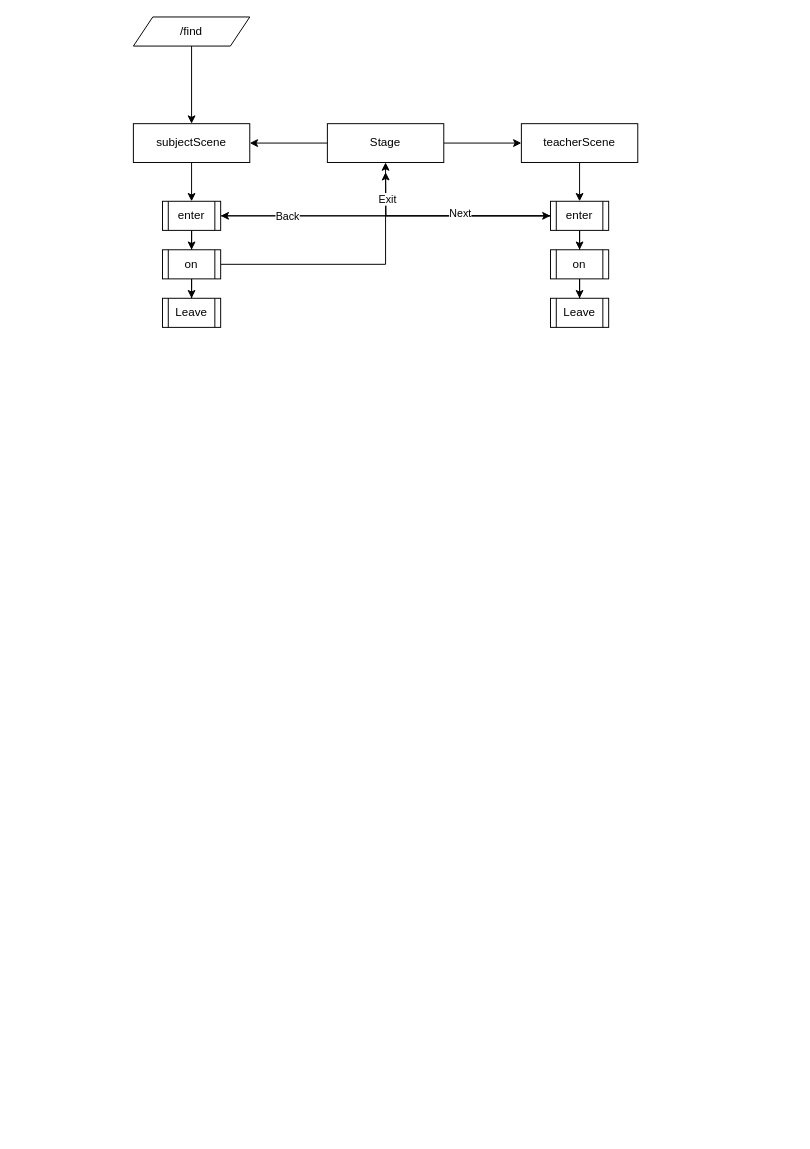
Before: bot/junk/flow.drawio in BrayanMBeltre/telegran-gdrive-bot, a draw.io diagram. Source tidied: cells renumbered, new cells numbered last; positions are measured from the earlier drawing's top-left corner, leaving out a move shared by most shapes. Both pictures are drawn from the tidied source at 97%, with x=0, y=0 at pixel (133, 16).
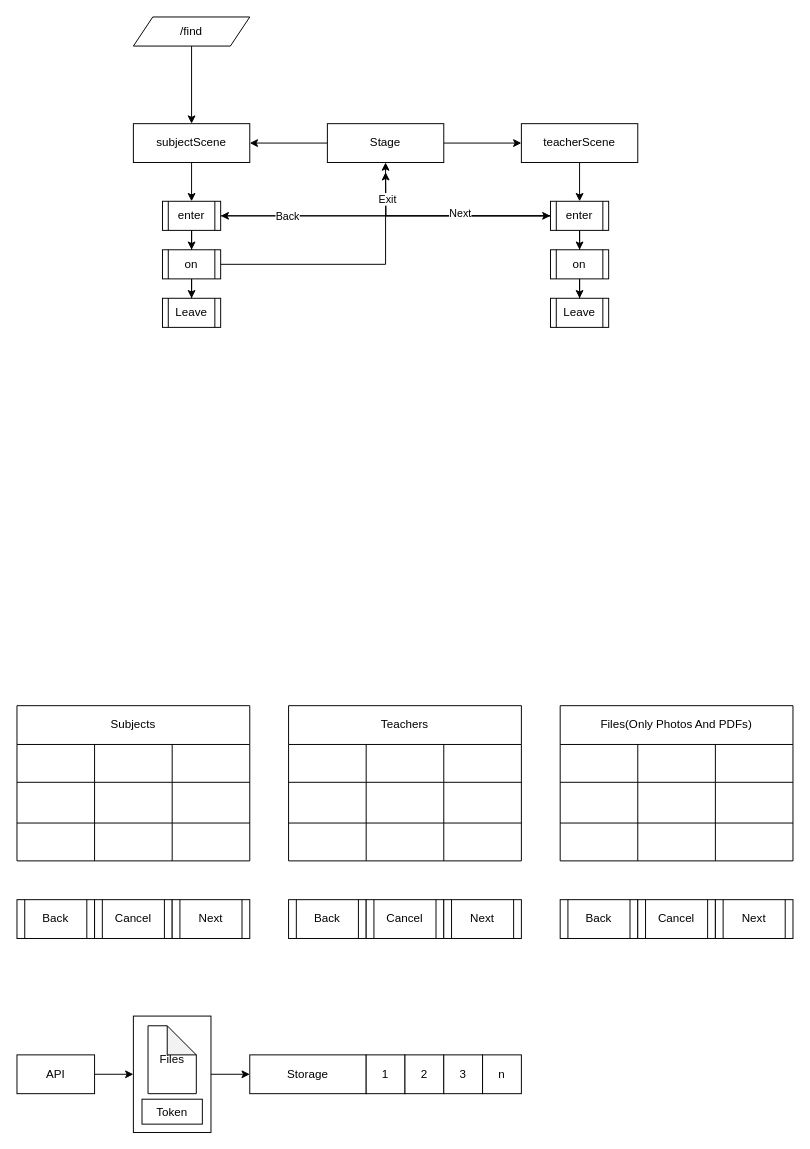
Above is the later version.

Diff of the diagram source:
```diff
@@
+    <mxCell id="28" value="Back" style="shape=process;whiteSpace=wrap;html=1;backgroundOutline=1;" parent="1" vertex="1">
+      <mxGeometry x="-120" y="910" width="80" height="40" as="geometry" />
+    </mxCell>
+    <mxCell id="29" value="Cancel" style="shape=process;whiteSpace=wrap;html=1;backgroundOutline=1;" parent="1" vertex="1">
+      <mxGeometry x="-40" y="910" width="80" height="40" as="geometry" />
+    </mxCell>
+    <mxCell id="30" value="Next" style="shape=process;whiteSpace=wrap;html=1;backgroundOutline=1;" parent="1" vertex="1">
+      <mxGeometry x="40" y="910" width="80" height="40" as="geometry" />
+    </mxCell>
+    <mxCell id="31" value="Subjects" style="shape=table;html=1;whiteSpace=wrap;startSize=40;childLayout=tableLayout;sketch=0;gradientColor=none;perimeterSpacing=0;rounded=0;" parent="1" vertex="1">
+      <mxGeometry x="-120" y="710" width="240" height="160" as="geometry" />
+    </mxCell>
+    <mxCell id="32" style="shape=partialRectangle;html=1;whiteSpace=wrap;fillColor=none;top=0;left=0;bottom=0;right=0;" parent="31" vertex="1">
+      <mxGeometry y="40" width="240" height="39" as="geometry" />
+    </mxCell>
+    <mxCell id="33" style="shape=partialRectangle;html=1;whiteSpace=wrap;fillColor=none;top=0;left=0;bottom=0;right=0;overflow=hidden;" parent="32" vertex="1">
+      <mxGeometry width="80" height="39" as="geometry" />
+    </mxCell>
+    <mxCell id="34" style="shape=partialRectangle;html=1;whiteSpace=wrap;fillColor=none;top=0;left=0;bottom=0;right=0;overflow=hidden;" parent="32" vertex="1">
+      <mxGeometry x="80" width="80" height="39" as="geometry" />
+    </mxCell>
+    <mxCell id="35" style="shape=partialRectangle;html=1;whiteSpace=wrap;fillColor=none;top=0;left=0;bottom=0;right=0;overflow=hidden;" parent="32" vertex="1">
+      <mxGeometry x="160" width="80" height="39" as="geometry" />
+    </mxCell>
+    <mxCell id="36" style="shape=partialRectangle;html=1;whiteSpace=wrap;fillColor=none;top=0;left=0;bottom=0;right=0;" parent="31" vertex="1">
+      <mxGeometry y="79" width="240" height="42" as="geometry" />
+    </mxCell>
+    <mxCell id="37" style="shape=partialRectangle;html=1;whiteSpace=wrap;fillColor=none;top=0;left=0;bottom=0;right=0;overflow=hidden;" parent="36" vertex="1">
+      <mxGeometry width="80" height="42" as="geometry" />
+    </mxCell>
+    <mxCell id="38" style="shape=partialRectangle;html=1;whiteSpace=wrap;fillColor=none;top=0;left=0;bottom=0;right=0;overflow=hidden;" parent="36" vertex="1">
+      <mxGeometry x="80" width="80" height="42" as="geometry" />
+    </mxCell>
+    <mxCell id="39" style="shape=partialRectangle;html=1;whiteSpace=wrap;fillColor=none;top=0;left=0;bottom=0;right=0;overflow=hidden;" parent="36" vertex="1">
+      <mxGeometry x="160" width="80" height="42" as="geometry" />
+    </mxCell>
+    <mxCell id="40" style="shape=partialRectangle;html=1;whiteSpace=wrap;fillColor=none;top=0;left=0;bottom=0;right=0;" parent="31" vertex="1">
+      <mxGeometry y="121" width="240" height="39" as="geometry" />
+    </mxCell>
+    <mxCell id="41" style="shape=partialRectangle;html=1;whiteSpace=wrap;fillColor=none;top=0;left=0;bottom=0;right=0;overflow=hidden;" parent="40" vertex="1">
+      <mxGeometry width="80" height="39" as="geometry" />
+    </mxCell>
+    <mxCell id="42" style="shape=partialRectangle;html=1;whiteSpace=wrap;fillColor=none;top=0;left=0;bottom=0;right=0;overflow=hidden;" parent="40" vertex="1">
+      <mxGeometry x="80" width="80" height="39" as="geometry" />
+    </mxCell>
+    <mxCell id="43" style="shape=partialRectangle;html=1;whiteSpace=wrap;fillColor=none;top=0;left=0;bottom=0;right=0;overflow=hidden;" parent="40" vertex="1">
+      <mxGeometry x="160" width="80" height="39" as="geometry" />
+    </mxCell>
+    <mxCell id="44" value="Back" style="shape=process;whiteSpace=wrap;html=1;backgroundOutline=1;" parent="1" vertex="1">
+      <mxGeometry x="160" y="910" width="80" height="40" as="geometry" />
+    </mxCell>
+    <mxCell id="45" value="Cancel" style="shape=process;whiteSpace=wrap;html=1;backgroundOutline=1;" parent="1" vertex="1">
+      <mxGeometry x="240" y="910" width="80" height="40" as="geometry" />
+    </mxCell>
+    <mxCell id="46" value="Next" style="shape=process;whiteSpace=wrap;html=1;backgroundOutline=1;" parent="1" vertex="1">
+      <mxGeometry x="320" y="910" width="80" height="40" as="geometry" />
+    </mxCell>
+    <mxCell id="47" value="Teachers" style="shape=table;html=1;whiteSpace=wrap;startSize=40;childLayout=tableLayout;sketch=0;gradientColor=none;perimeterSpacing=0;rounded=0;" parent="1" vertex="1">
+      <mxGeometry x="160" y="710" width="240" height="160" as="geometry" />
+    </mxCell>
+    <mxCell id="48" style="shape=partialRectangle;html=1;whiteSpace=wrap;fillColor=none;top=0;left=0;bottom=0;right=0;" parent="47" vertex="1">
+      <mxGeometry y="40" width="240" height="39" as="geometry" />
+    </mxCell>
+    <mxCell id="49" style="shape=partialRectangle;html=1;whiteSpace=wrap;fillColor=none;top=0;left=0;bottom=0;right=0;overflow=hidden;" parent="48" vertex="1">
+      <mxGeometry width="80" height="39" as="geometry" />
+    </mxCell>
+    <mxCell id="50" style="shape=partialRectangle;html=1;whiteSpace=wrap;fillColor=none;top=0;left=0;bottom=0;right=0;overflow=hidden;" parent="48" vertex="1">
+      <mxGeometry x="80" width="80" height="39" as="geometry" />
+    </mxCell>
+    <mxCell id="51" style="shape=partialRectangle;html=1;whiteSpace=wrap;fillColor=none;top=0;left=0;bottom=0;right=0;overflow=hidden;" parent="48" vertex="1">
+      <mxGeometry x="160" width="80" height="39" as="geometry" />
+    </mxCell>
+    <mxCell id="52" style="shape=partialRectangle;html=1;whiteSpace=wrap;fillColor=none;top=0;left=0;bottom=0;right=0;" parent="47" vertex="1">
+      <mxGeometry y="79" width="240" height="42" as="geometry" />
+    </mxCell>
+    <mxCell id="53" style="shape=partialRectangle;html=1;whiteSpace=wrap;fillColor=none;top=0;left=0;bottom=0;right=0;overflow=hidden;" parent="52" vertex="1">
+      <mxGeometry width="80" height="42" as="geometry" />
+    </mxCell>
+    <mxCell id="54" style="shape=partialRectangle;html=1;whiteSpace=wrap;fillColor=none;top=0;left=0;bottom=0;right=0;overflow=hidden;" parent="52" vertex="1">
+      <mxGeometry x="80" width="80" height="42" as="geometry" />
+    </mxCell>
+    <mxCell id="55" style="shape=partialRectangle;html=1;whiteSpace=wrap;fillColor=none;top=0;left=0;bottom=0;right=0;overflow=hidden;" parent="52" vertex="1">
+      <mxGeometry x="160" width="80" height="42" as="geometry" />
+    </mxCell>
+    <mxCell id="56" style="shape=partialRectangle;html=1;whiteSpace=wrap;fillColor=none;top=0;left=0;bottom=0;right=0;" parent="47" vertex="1">
+      <mxGeometry y="121" width="240" height="39" as="geometry" />
+    </mxCell>
+    <mxCell id="57" style="shape=partialRectangle;html=1;whiteSpace=wrap;fillColor=none;top=0;left=0;bottom=0;right=0;overflow=hidden;" parent="56" vertex="1">
+      <mxGeometry width="80" height="39" as="geometry" />
+    </mxCell>
+    <mxCell id="58" style="shape=partialRectangle;html=1;whiteSpace=wrap;fillColor=none;top=0;left=0;bottom=0;right=0;overflow=hidden;" parent="56" vertex="1">
+      <mxGeometry x="80" width="80" height="39" as="geometry" />
+    </mxCell>
+    <mxCell id="59" style="shape=partialRectangle;html=1;whiteSpace=wrap;fillColor=none;top=0;left=0;bottom=0;right=0;overflow=hidden;" parent="56" vertex="1">
+      <mxGeometry x="160" width="80" height="39" as="geometry" />
+    </mxCell>
+    <mxCell id="60" value="Back" style="shape=process;whiteSpace=wrap;html=1;backgroundOutline=1;" parent="1" vertex="1">
+      <mxGeometry x="440" y="910" width="80" height="40" as="geometry" />
+    </mxCell>
+    <mxCell id="61" value="Cancel" style="shape=process;whiteSpace=wrap;html=1;backgroundOutline=1;" parent="1" vertex="1">
+      <mxGeometry x="520" y="910" width="80" height="40" as="geometry" />
+    </mxCell>
+    <mxCell id="62" value="Next" style="shape=process;whiteSpace=wrap;html=1;backgroundOutline=1;" parent="1" vertex="1">
+      <mxGeometry x="600" y="910" width="80" height="40" as="geometry" />
+    </mxCell>
+    <mxCell id="63" value="Files(Only Photos And PDFs)" style="shape=table;html=1;whiteSpace=wrap;startSize=40;childLayout=tableLayout;sketch=0;gradientColor=none;perimeterSpacing=0;rounded=0;" parent="1" vertex="1">
+      <mxGeometry x="440" y="710" width="240" height="160" as="geometry" />
+    </mxCell>
+    <mxCell id="64" style="shape=partialRectangle;html=1;whiteSpace=wrap;fillColor=none;top=0;left=0;bottom=0;right=0;" parent="63" vertex="1">
+      <mxGeometry y="40" width="240" height="39" as="geometry" />
+    </mxCell>
+    <mxCell id="65" style="shape=partialRectangle;html=1;whiteSpace=wrap;fillColor=none;top=0;left=0;bottom=0;right=0;overflow=hidden;" parent="64" vertex="1">
+      <mxGeometry width="80" height="39" as="geometry" />
+    </mxCell>
+    <mxCell id="66" style="shape=partialRectangle;html=1;whiteSpace=wrap;fillColor=none;top=0;left=0;bottom=0;right=0;overflow=hidden;" parent="64" vertex="1">
+      <mxGeometry x="80" width="80" height="39" as="geometry" />
+    </mxCell>
+    <mxCell id="67" style="shape=partialRectangle;html=1;whiteSpace=wrap;fillColor=none;top=0;left=0;bottom=0;right=0;overflow=hidden;" parent="64" vertex="1">
+      <mxGeometry x="160" width="80" height="39" as="geometry" />
+    </mxCell>
+    <mxCell id="68" style="shape=partialRectangle;html=1;whiteSpace=wrap;fillColor=none;top=0;left=0;bottom=0;right=0;" parent="63" vertex="1">
+      <mxGeometry y="79" width="240" height="42" as="geometry" />
+    </mxCell>
+    <mxCell id="69" style="shape=partialRectangle;html=1;whiteSpace=wrap;fillColor=none;top=0;left=0;bottom=0;right=0;overflow=hidden;" parent="68" vertex="1">
+      <mxGeometry width="80" height="42" as="geometry" />
+    </mxCell>
+    <mxCell id="70" style="shape=partialRectangle;html=1;whiteSpace=wrap;fillColor=none;top=0;left=0;bottom=0;right=0;overflow=hidden;" parent="68" vertex="1">
+      <mxGeometry x="80" width="80" height="42" as="geometry" />
+    </mxCell>
+    <mxCell id="71" style="shape=partialRectangle;html=1;whiteSpace=wrap;fillColor=none;top=0;left=0;bottom=0;right=0;overflow=hidden;" parent="68" vertex="1">
+      <mxGeometry x="160" width="80" height="42" as="geometry" />
+    </mxCell>
+    <mxCell id="72" style="shape=partialRectangle;html=1;whiteSpace=wrap;fillColor=none;top=0;left=0;bottom=0;right=0;" parent="63" vertex="1">
+      <mxGeometry y="121" width="240" height="39" as="geometry" />
+    </mxCell>
+    <mxCell id="73" style="shape=partialRectangle;html=1;whiteSpace=wrap;fillColor=none;top=0;left=0;bottom=0;right=0;overflow=hidden;" parent="72" vertex="1">
+      <mxGeometry width="80" height="39" as="geometry" />
+    </mxCell>
+    <mxCell id="74" style="shape=partialRectangle;html=1;whiteSpace=wrap;fillColor=none;top=0;left=0;bottom=0;right=0;overflow=hidden;" parent="72" vertex="1">
+      <mxGeometry x="80" width="80" height="39" as="geometry" />
+    </mxCell>
+    <mxCell id="75" style="shape=partialRectangle;html=1;whiteSpace=wrap;fillColor=none;top=0;left=0;bottom=0;right=0;overflow=hidden;" parent="72" vertex="1">
+      <mxGeometry x="160" width="80" height="39" as="geometry" />
+    </mxCell>
+    <mxCell id="76" style="edgeStyle=orthogonalEdgeStyle;rounded=0;jettySize=auto;html=1;" parent="1" edge="1" source="77">
+      <mxGeometry relative="1" as="geometry">
+        <mxPoint y="1090" as="targetPoint" />
+      </mxGeometry>
+    </mxCell>
+    <mxCell id="77" value="API" style="rounded=0;whiteSpace=wrap;html=1;sketch=0;" parent="1" vertex="1">
+      <mxGeometry x="-120" y="1070" width="80" height="40" as="geometry" />
+    </mxCell>
+    <mxCell id="78" style="group;" parent="1" vertex="1">
+      <mxGeometry y="1030" width="80" height="120" as="geometry" />
+    </mxCell>
+    <mxCell id="79" style="rounded=0;whiteSpace=wrap;html=1;sketch=0;" parent="78" vertex="1">
+      <mxGeometry width="80" height="120" as="geometry" />
+    </mxCell>
+    <mxCell id="80" value="Token" style="rounded=0;whiteSpace=wrap;html=1;sketch=0;" parent="78" vertex="1">
+      <mxGeometry x="8.9" y="85.7" width="62.2" height="25.7" as="geometry" />
+    </mxCell>
+    <mxCell id="81" value="Files" style="shape=note;whiteSpace=wrap;html=1;backgroundOutline=1;darkOpacity=0.05;rounded=0;sketch=0;" parent="78" vertex="1">
+      <mxGeometry x="15.1" y="10" width="49.8" height="70" as="geometry" />
+    </mxCell>
+    <mxCell id="82" value="Storage" style="rounded=0;whiteSpace=wrap;html=1;sketch=0;" parent="1" vertex="1">
+      <mxGeometry x="120" y="1070" width="120" height="40" as="geometry" />
+    </mxCell>
+    <mxCell id="83" value="1" style="rounded=0;whiteSpace=wrap;html=1;sketch=0;" parent="1" vertex="1">
+      <mxGeometry x="240" y="1070" width="40" height="40" as="geometry" />
+    </mxCell>
+    <mxCell id="84" value="2" style="rounded=0;whiteSpace=wrap;html=1;sketch=0;" parent="1" vertex="1">
+      <mxGeometry x="280" y="1070" width="40" height="40" as="geometry" />
+    </mxCell>
+    <mxCell id="85" value="3" style="rounded=0;whiteSpace=wrap;html=1;sketch=0;" parent="1" vertex="1">
+      <mxGeometry x="320" y="1070" width="40" height="40" as="geometry" />
+    </mxCell>
+    <mxCell id="86" value="n" style="rounded=0;whiteSpace=wrap;html=1;sketch=0;" parent="1" vertex="1">
+      <mxGeometry x="360" y="1070" width="40" height="40" as="geometry" />
+    </mxCell>
+    <mxCell id="87" style="edgeStyle=orthogonalEdgeStyle;rounded=0;jettySize=auto;html=1;exitX=1;exitY=0.5;exitDx=0;exitDy=0;entryX=0;entryY=0.5;entryDx=0;entryDy=0;" parent="1" edge="1" source="79" target="82">
+      <mxGeometry relative="1" as="geometry" />
+    </mxCell>
```
